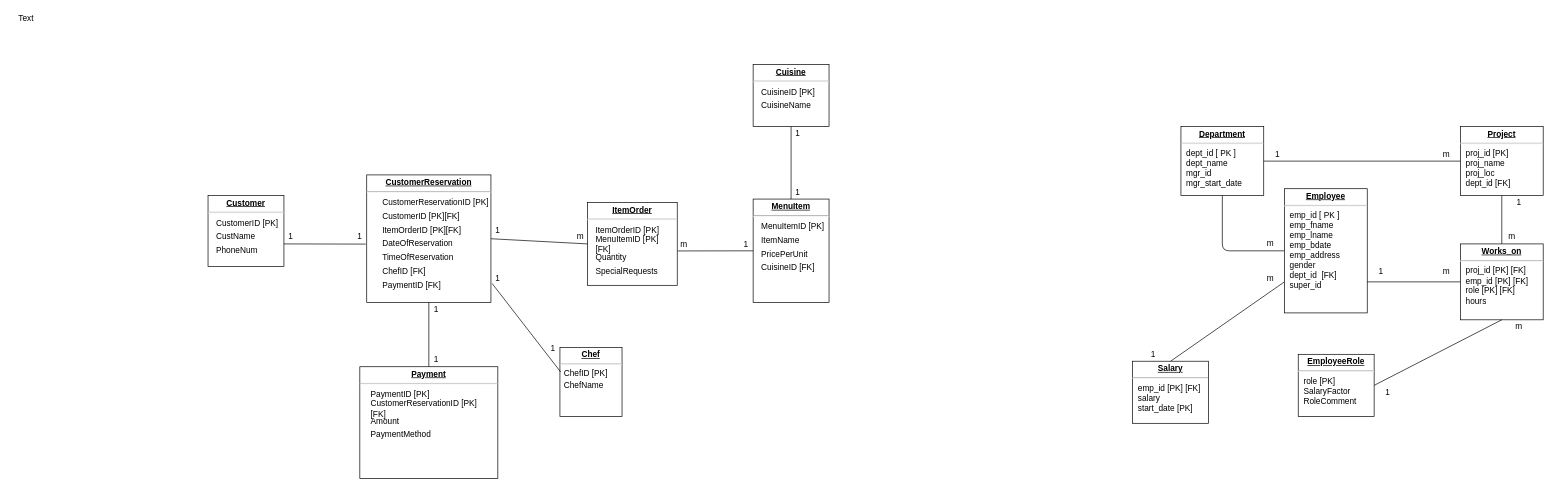
Above: CreditTaskFDM5.drawio in LastMinuteBanter/DistinctionTaskUML (draw.io), before the change. Source tidied: cells renumbered, new cells numbered last; positions are measured from the earlier drawing's top-left corner, leaving out a move shared by most shapes. Both pictures are drawn from the tidied source at 69%, with x=0, y=0 at pixel (12, 12).
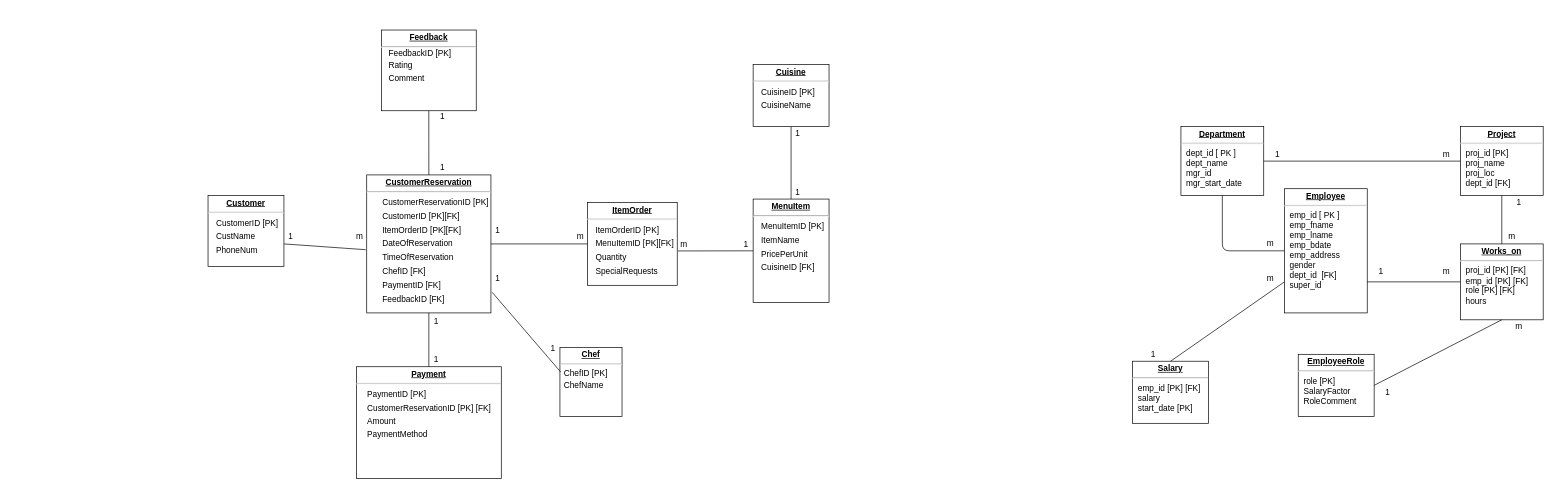
The same page after the edit.

The edit, as a diff of the source:
```diff
@@
     <mxCell id="26" value="&lt;p style=&quot;margin: 0px ; margin-top: 4px ; text-align: center ; text-decoration: underline&quot;&gt;&lt;b&gt;CustomerReservation&lt;/b&gt;&lt;br&gt;&lt;/p&gt;&lt;hr&gt;" style="verticalAlign=top;align=left;overflow=fill;fontSize=12;fontFamily=Helvetica;html=1;" parent="1" vertex="1">
-      <mxGeometry x="514" y="236" width="180" height="185" as="geometry" />
+      <mxGeometry x="514" y="236" width="180" height="200" as="geometry" />
     </mxCell>
@@
     <mxCell id="30" value="&lt;p style=&quot;margin: 0px ; margin-top: 4px ; text-align: center ; text-decoration: underline&quot;&gt;&lt;b&gt;Payment&lt;/b&gt;&lt;br&gt;&lt;/p&gt;&lt;hr&gt;" style="verticalAlign=top;align=left;overflow=fill;fontSize=12;fontFamily=Helvetica;html=1;" parent="1" vertex="1">
-      <mxGeometry x="504" y="514" width="200" height="162" as="geometry" />
+      <mxGeometry x="499" y="514" width="210" height="162" as="geometry" />
     </mxCell>
@@
     <mxCell id="33" value="CustomerReservationID [PK] [FK]" style="text;html=1;strokeColor=none;fillColor=none;align=left;verticalAlign=middle;whiteSpace=wrap;rounded=0;" parent="30" vertex="1">
-      <mxGeometry x="13.9" y="50" width="180.6" height="21" as="geometry" />
+      <mxGeometry x="13.9" y="50" width="196.1" height="21" as="geometry" />
     </mxCell>
@@
     <mxCell id="45" value="MenuItemID [PK][FK]" style="text;html=1;strokeColor=none;fillColor=none;align=left;verticalAlign=middle;whiteSpace=wrap;rounded=0;" parent="1" vertex="1">
-      <mxGeometry x="844" y="326" width="110" height="20" as="geometry" />
+      <mxGeometry x="844" y="326" width="130" height="20" as="geometry" />
     </mxCell>
@@
-    <mxCell id="74" value="1" style="text;html=1;strokeColor=none;fillColor=none;align=center;verticalAlign=middle;whiteSpace=wrap;rounded=0;" parent="1" vertex="1">
+    <mxCell id="74" value="m" style="text;html=1;strokeColor=none;fillColor=none;align=center;verticalAlign=middle;whiteSpace=wrap;rounded=0;" parent="1" vertex="1">
       <mxGeometry x="484" y="316" width="40" height="20" as="geometry" />
     </mxCell>
@@
     <mxCell id="76" value="1" style="text;html=1;strokeColor=none;fillColor=none;align=center;verticalAlign=middle;whiteSpace=wrap;rounded=0;" parent="1" vertex="1">
-      <mxGeometry x="594.5" y="421" width="40" height="20" as="geometry" />
+      <mxGeometry x="594.5" y="438" width="40" height="20" as="geometry" />
     </mxCell>
@@
-    <mxCell id="87" value="Text" style="text;html=1;align=center;verticalAlign=middle;" parent="1" vertex="1">
-      <mxGeometry width="40" height="20" as="geometry" />
-    </mxCell>
@@
+    <mxCell id="89" value="&lt;p style=&quot;margin: 0px ; margin-top: 4px ; text-align: center ; text-decoration: underline&quot;&gt;&lt;b&gt;Feedback&lt;/b&gt;&lt;br&gt;&lt;/p&gt;&lt;hr&gt;" style="verticalAlign=top;align=left;overflow=fill;fontSize=12;fontFamily=Helvetica;html=1;" parent="1" vertex="1">
+      <mxGeometry x="535.2" y="26" width="137.5" height="117" as="geometry" />
+    </mxCell>
+    <mxCell id="90" value="&amp;nbsp;" style="text;html=1;align=center;verticalAlign=middle;" parent="89" vertex="1">
+      <mxGeometry x="40.9" y="27.5" width="20" height="20" as="geometry" />
+    </mxCell>
+    <mxCell id="91" value="FeedbackID [PK]" style="text;html=1;strokeColor=none;fillColor=none;align=left;verticalAlign=middle;whiteSpace=wrap;rounded=0;" parent="89" vertex="1">
+      <mxGeometry x="9.1" y="27.5" width="118.2" height="12.8" as="geometry" />
+    </mxCell>
+    <mxCell id="92" value="Rating" style="text;html=1;strokeColor=none;fillColor=none;align=left;verticalAlign=middle;whiteSpace=wrap;rounded=0;" parent="89" vertex="1">
+      <mxGeometry x="9.1" y="45.5" width="128.4" height="12.8" as="geometry" />
+    </mxCell>
+    <mxCell id="93" value="Comment" style="text;html=1;strokeColor=none;fillColor=none;align=left;verticalAlign=middle;whiteSpace=wrap;rounded=0;" parent="89" vertex="1">
+      <mxGeometry x="9.1" y="65.7" width="118.2" height="11" as="geometry" />
+    </mxCell>
+    <mxCell id="94" value="FeedbackID [FK]" style="text;html=1;strokeColor=none;fillColor=none;align=left;verticalAlign=middle;whiteSpace=wrap;rounded=0;" parent="1" vertex="1">
+      <mxGeometry x="534.5" y="406" width="130" height="20" as="geometry" />
+    </mxCell>
+    <mxCell id="95" style="endArrow=none;html=1;entryX=0.5;entryY=1;entryDx=0;entryDy=0;exitX=0.5;exitY=0;exitDx=0;exitDy=0;" parent="1" edge="1" source="26" target="89">
+      <mxGeometry relative="1" as="geometry" />
+    </mxCell>
+    <mxCell id="96" value="1" style="text;html=1;strokeColor=none;fillColor=none;align=center;verticalAlign=middle;whiteSpace=wrap;rounded=0;" parent="1" vertex="1">
+      <mxGeometry x="604" y="216" width="40" height="20" as="geometry" />
+    </mxCell>
+    <mxCell id="97" value="1" style="text;html=1;strokeColor=none;fillColor=none;align=center;verticalAlign=middle;whiteSpace=wrap;rounded=0;" parent="1" vertex="1">
+      <mxGeometry x="604" y="143" width="40" height="18" as="geometry" />
+    </mxCell>
```
